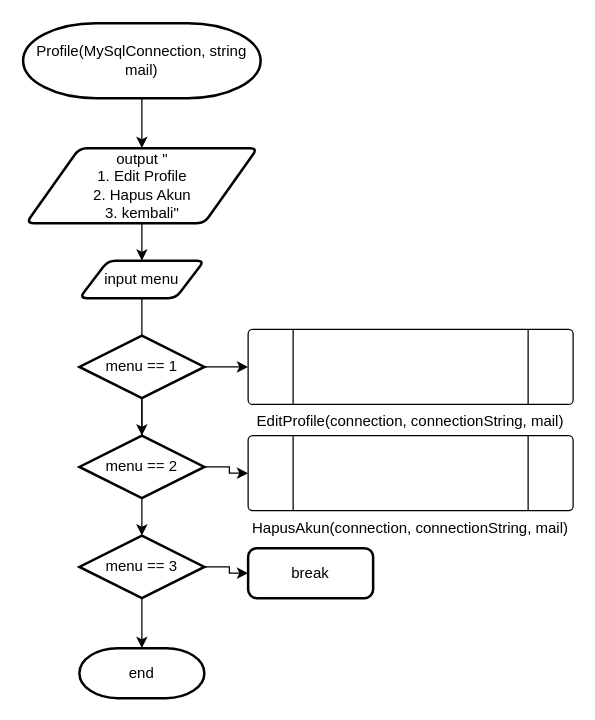
This is page "Profile" (13 of 20) of Untitled Diagram.drawio from AdliXSec/FlowchartTubes, a draw.io file, before an edit. Source tidied: cells renumbered, new cells numbered last; positions are measured from the earlier drawing's top-left corner, leaving out a move shared by most shapes. Both pictures are drawn from the tidied source at 125%, with x=0, y=0 at pixel (22, 22).
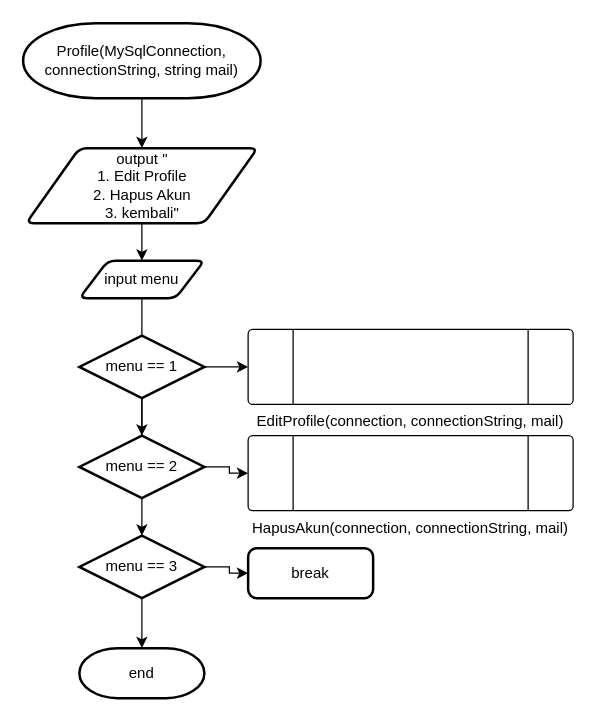
The same diagram, later.

Diff of the diagram source:
```diff
@@
 <mxGraphModel>
   <root>
     <mxCell id="0" />
     <mxCell id="1" parent="0" />
     <mxCell id="2" style="edgeStyle=orthogonalEdgeStyle;rounded=0;jettySize=auto;html=1;" parent="1" edge="1" source="3" target="5">
       <mxGeometry relative="1" as="geometry" />
     </mxCell>
-    <mxCell id="3" value="Profile(MySqlConnection, string mail)" style="strokeWidth=2;html=1;shape=mxgraph.flowchart.terminator;whiteSpace=wrap;" parent="1" vertex="1">
+    <mxCell id="3" value="Profile(MySqlConnection, connectionString, string mail)" style="strokeWidth=2;html=1;shape=mxgraph.flowchart.terminator;whiteSpace=wrap;" parent="1" vertex="1">
       <mxGeometry width="190" height="60" as="geometry" />
     </mxCell>
     <mxCell id="4" style="edgeStyle=orthogonalEdgeStyle;rounded=0;jettySize=auto;html=1;" parent="1" edge="1" source="5" target="7">
       <mxGeometry relative="1" as="geometry" />
     </mxCell>
     <mxCell id="5" value="output &quot;&lt;div&gt;1. Edit Profile&lt;/div&gt;&lt;div&gt;2. Hapus Akun&lt;/div&gt;&lt;div&gt;3. kembali&quot;&lt;/div&gt;" style="shape=parallelogram;html=1;strokeWidth=2;perimeter=parallelogramPerimeter;whiteSpace=wrap;rounded=1;arcSize=12;size=0.23;" parent="1" vertex="1">
       <mxGeometry x="2.5" y="100" width="185" height="60" as="geometry" />
     </mxCell>
     <mxCell id="6" style="edgeStyle=orthogonalEdgeStyle;rounded=0;jettySize=auto;html=1;" parent="1" edge="1" source="7" target="12">
       <mxGeometry relative="1" as="geometry" />
     </mxCell>
     <mxCell id="7" value="input menu" style="shape=parallelogram;html=1;strokeWidth=2;perimeter=parallelogramPerimeter;whiteSpace=wrap;rounded=1;arcSize=12;size=0.23;" parent="1" vertex="1">
       <mxGeometry x="45" y="190" width="100" height="30" as="geometry" />
     </mxCell>
     <mxCell id="8" style="edgeStyle=orthogonalEdgeStyle;rounded=0;jettySize=auto;html=1;" parent="1" edge="1" source="10" target="15">
       <mxGeometry relative="1" as="geometry" />
     </mxCell>
     <mxCell id="9" style="edgeStyle=orthogonalEdgeStyle;rounded=0;jettySize=auto;html=1;" parent="1" edge="1" source="10" target="16">
       <mxGeometry relative="1" as="geometry" />
     </mxCell>
     <mxCell id="10" value="menu == 1" style="strokeWidth=2;html=1;shape=mxgraph.flowchart.decision;whiteSpace=wrap;" parent="1" vertex="1">
       <mxGeometry x="45" y="250" width="100" height="50" as="geometry" />
     </mxCell>
     <mxCell id="11" style="edgeStyle=orthogonalEdgeStyle;rounded=0;jettySize=auto;html=1;" parent="1" edge="1" source="12" target="17">
       <mxGeometry relative="1" as="geometry" />
     </mxCell>
     <mxCell id="12" value="menu == 2" style="strokeWidth=2;html=1;shape=mxgraph.flowchart.decision;whiteSpace=wrap;" parent="1" vertex="1">
       <mxGeometry x="45" y="330" width="100" height="50" as="geometry" />
     </mxCell>
     <mxCell id="13" style="edgeStyle=orthogonalEdgeStyle;rounded=0;jettySize=auto;html=1;" parent="1" edge="1" source="15" target="19">
       <mxGeometry relative="1" as="geometry" />
     </mxCell>
     <mxCell id="14" style="edgeStyle=orthogonalEdgeStyle;rounded=0;jettySize=auto;html=1;" parent="1" edge="1" source="15" target="18">
       <mxGeometry relative="1" as="geometry" />
     </mxCell>
     <mxCell id="15" value="menu == 3" style="strokeWidth=2;html=1;shape=mxgraph.flowchart.decision;whiteSpace=wrap;" parent="1" vertex="1">
       <mxGeometry x="45" y="410" width="100" height="50" as="geometry" />
     </mxCell>
     <mxCell id="16" value="EditProfile(connection, connectionString, mail)" style="verticalLabelPosition=bottom;verticalAlign=top;html=1;shape=process;whiteSpace=wrap;rounded=1;size=0.14;arcSize=6;" parent="1" vertex="1">
       <mxGeometry x="180" y="245" width="260" height="60" as="geometry" />
     </mxCell>
     <mxCell id="17" value="HapusAkun(connection, connectionString, mail)" style="verticalLabelPosition=bottom;verticalAlign=top;html=1;shape=process;whiteSpace=wrap;rounded=1;size=0.14;arcSize=6;" parent="1" vertex="1">
       <mxGeometry x="180" y="330" width="260" height="60" as="geometry" />
     </mxCell>
     <mxCell id="18" value="end" style="strokeWidth=2;html=1;shape=mxgraph.flowchart.terminator;whiteSpace=wrap;" parent="1" vertex="1">
       <mxGeometry x="45" y="500" width="100" height="40" as="geometry" />
     </mxCell>
     <mxCell id="19" value="break" style="rounded=1;whiteSpace=wrap;html=1;absoluteArcSize=1;arcSize=14;strokeWidth=2;" parent="1" vertex="1">
       <mxGeometry x="180" y="420" width="100" height="40" as="geometry" />
     </mxCell>
   </root>
 </mxGraphModel>
```
